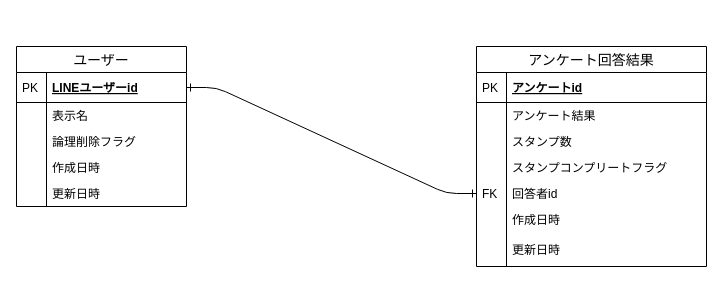
Above: ER/stamp_rally.dio in kaneyan0607/line-stamp-rally (draw.io), before the change. Source tidied: cells renumbered, new cells numbered last; positions are measured from the earlier drawing's top-left corner, leaving out a move shared by most shapes. Both pictures are drawn from the tidied source at 100%, with x=0, y=0 at pixel (16, 46).
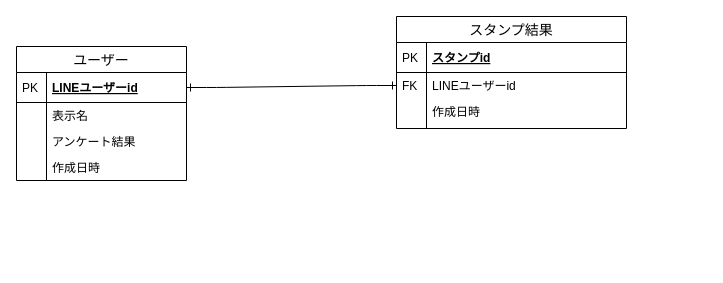
After the change.

Commit message:
fix:ER図を修正(正規化)

What changed in the source:
```diff
@@
     <mxCell id="2" value="ユーザー" style="swimlane;fontStyle=0;horizontal=1;startSize=26;align=center;fontSize=14;" parent="1" vertex="1">
-      <mxGeometry width="170" height="160" as="geometry" />
+      <mxGeometry width="170" height="134" as="geometry" />
     </mxCell>
@@
-    <mxCell id="7" value="論理削除フラグ" style="shape=partialRectangle;top=0;left=0;right=0;bottom=0;align=left;verticalAlign=top;fillColor=none;spacingLeft=34;spacingRight=4;overflow=hidden;fontSize=12;" parent="2" vertex="1">
+    <mxCell id="7" value="アンケート結果" style="shape=partialRectangle;top=0;left=0;right=0;bottom=0;align=left;verticalAlign=top;fillColor=none;spacingLeft=34;spacingRight=4;overflow=hidden;fontSize=12;" parent="2" vertex="1">
       <mxGeometry y="82" width="170" height="26" as="geometry" />
     </mxCell>
@@
-    <mxCell id="11" value="更新日時" style="shape=partialRectangle;top=0;left=0;right=0;bottom=0;align=left;verticalAlign=top;fillColor=none;spacingLeft=34;spacingRight=4;overflow=hidden;fontSize=12;" parent="2" vertex="1">
-      <mxGeometry y="134" width="170" height="26" as="geometry" />
-    </mxCell>
-    <mxCell id="12" style="shape=partialRectangle;top=0;left=0;bottom=0;fillColor=none;align=left;verticalAlign=top;spacingLeft=4;spacingRight=4;overflow=hidden;fontSize=12;" parent="11" vertex="1">
-      <mxGeometry width="30" height="26" as="geometry" />
-    </mxCell>
-    <mxCell id="13" value="アンケート回答結果" style="swimlane;fontStyle=0;horizontal=1;startSize=26;align=center;fontSize=14;" parent="1" vertex="1">
-      <mxGeometry x="460" width="230" height="220" as="geometry" />
+    <mxCell id="13" value="スタンプ結果" style="swimlane;fontStyle=0;horizontal=1;startSize=26;align=center;fontSize=14;" parent="1" vertex="1">
+      <mxGeometry x="380" y="-30" width="230" height="112" as="geometry" />
     </mxCell>
-    <mxCell id="14" value="アンケートid" style="shape=partialRectangle;top=0;left=0;right=0;bottom=1;align=left;verticalAlign=middle;fillColor=none;spacingLeft=34;spacingRight=4;overflow=hidden;fontStyle=5;fontSize=12;" parent="13" vertex="1">
+    <mxCell id="14" value="スタンプid" style="shape=partialRectangle;top=0;left=0;right=0;bottom=1;align=left;verticalAlign=middle;fillColor=none;spacingLeft=34;spacingRight=4;overflow=hidden;fontStyle=5;fontSize=12;" parent="13" vertex="1">
       <mxGeometry y="26" width="230" height="30" as="geometry" />
     </mxCell>
@@
-    <mxCell id="16" value="アンケート結果　" style="shape=partialRectangle;top=0;left=0;right=0;bottom=0;align=left;verticalAlign=top;fillColor=none;spacingLeft=34;spacingRight=4;overflow=hidden;fontSize=12;" parent="13" vertex="1">
-      <mxGeometry y="56" width="230" height="26" as="geometry" />
-    </mxCell>
-    <mxCell id="17" style="shape=partialRectangle;top=0;left=0;bottom=0;fillColor=none;align=left;verticalAlign=top;spacingLeft=4;spacingRight=4;overflow=hidden;fontSize=12;" parent="16" vertex="1">
-      <mxGeometry width="30" height="26" as="geometry" />
-    </mxCell>
-    <mxCell id="18" value="スタンプ数" style="shape=partialRectangle;top=0;left=0;right=0;bottom=0;align=left;verticalAlign=top;fillColor=none;spacingLeft=34;spacingRight=4;overflow=hidden;fontSize=12;" parent="13" vertex="1">
-      <mxGeometry y="82" width="230" height="26" as="geometry" />
-    </mxCell>
-    <mxCell id="19" style="shape=partialRectangle;top=0;left=0;bottom=0;fillColor=none;align=left;verticalAlign=top;spacingLeft=4;spacingRight=4;overflow=hidden;fontSize=12;" parent="18" vertex="1">
-      <mxGeometry width="30" height="26" as="geometry" />
-    </mxCell>
-    <mxCell id="20" value="スタンプコンプリートフラグ" style="shape=partialRectangle;top=0;left=0;right=0;bottom=0;align=left;verticalAlign=top;fillColor=none;spacingLeft=34;spacingRight=4;overflow=hidden;fontSize=12;" parent="13" vertex="1">
-      <mxGeometry y="108" width="230" height="26" as="geometry" />
-    </mxCell>
-    <mxCell id="21" style="shape=partialRectangle;top=0;left=0;bottom=0;fillColor=none;align=left;verticalAlign=top;spacingLeft=4;spacingRight=4;overflow=hidden;fontSize=12;" parent="20" vertex="1">
-      <mxGeometry width="30" height="26" as="geometry" />
-    </mxCell>
-    <mxCell id="22" value="回答者id&#10;" style="shape=partialRectangle;top=0;left=0;right=0;bottom=0;align=left;verticalAlign=top;fillColor=none;spacingLeft=34;spacingRight=4;overflow=hidden;points=[[0,0.5],[1,0.5]];portConstraint=eastwest;fontSize=12;" parent="13" vertex="1">
-      <mxGeometry y="134" width="230" height="26" as="geometry" />
+    <mxCell id="22" value="LINEユーザーid&#10;" style="shape=partialRectangle;top=0;left=0;right=0;bottom=0;align=left;verticalAlign=top;fillColor=none;spacingLeft=34;spacingRight=4;overflow=hidden;points=[[0,0.5],[1,0.5]];portConstraint=eastwest;fontSize=12;" parent="13" vertex="1">
+      <mxGeometry y="56" width="230" height="26" as="geometry" />
     </mxCell>
@@
     <mxCell id="24" value="作成日時" style="shape=partialRectangle;top=0;left=0;right=0;bottom=0;align=left;verticalAlign=top;fillColor=none;spacingLeft=34;spacingRight=4;overflow=hidden;fontSize=12;" parent="13" vertex="1">
-      <mxGeometry y="160" width="230" height="30" as="geometry" />
+      <mxGeometry y="82" width="230" height="30" as="geometry" />
     </mxCell>
@@
-    <mxCell id="26" value="更新日時" style="shape=partialRectangle;top=0;left=0;right=0;bottom=0;align=left;verticalAlign=top;fillColor=none;spacingLeft=34;spacingRight=4;overflow=hidden;fontSize=12;" parent="13" vertex="1">
-      <mxGeometry y="190" width="230" height="30" as="geometry" />
-    </mxCell>
-    <mxCell id="27" style="shape=partialRectangle;top=0;left=0;bottom=0;fillColor=none;align=left;verticalAlign=top;spacingLeft=4;spacingRight=4;overflow=hidden;fontSize=12;" parent="26" vertex="1">
-      <mxGeometry width="30" height="30" as="geometry" />
-    </mxCell>
```
